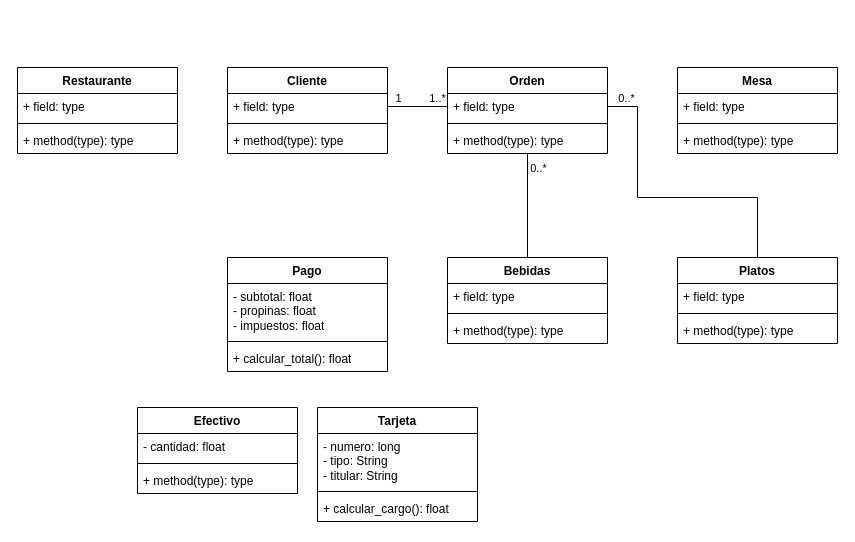
Before: Entrega 2/Untitled Diagram.drawio in nicochare/final_ingenieria_software, a draw.io diagram. Source tidied: cells renumbered, new cells numbered last; positions are measured from the earlier drawing's top-left corner, leaving out a move shared by most shapes. Both pictures are drawn from the tidied source at 100%, with x=0, y=0 at pixel (17, 67).
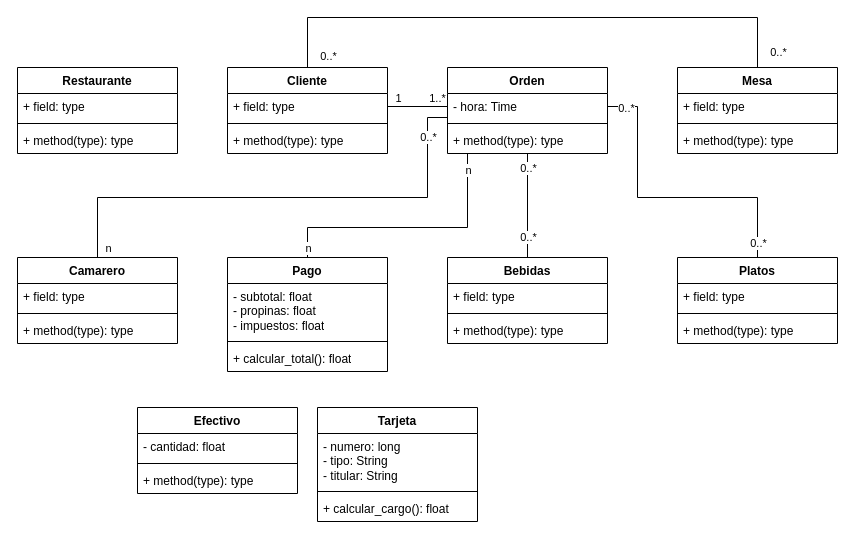
After the change.

Unchanged cells that the change refers to:
```xml
<mxCell id="6" value="Cliente" style="swimlane;fontStyle=1;align=center;verticalAlign=top;horizontal=1;startSize=26;whiteSpace=wrap;html=1;" parent="1" vertex="1">
  <mxGeometry x="210" width="160" height="86" as="geometry" />
</mxCell>
<mxCell id="10" value="Mesa" style="swimlane;fontStyle=1;align=center;verticalAlign=top;horizontal=1;startSize=26;whiteSpace=wrap;html=1;" parent="1" vertex="1">
  <mxGeometry x="660" width="160" height="86" as="geometry" />
</mxCell>
<mxCell id="14" style="edgeStyle=orthogonalEdgeStyle;rounded=0;jettySize=auto;html=1;entryX=0.5;entryY=0;entryDx=0;entryDy=0;endArrow=none;endFill=0;" parent="1" edge="1" source="16" target="20">
  <mxGeometry relative="1" as="geometry" />
</mxCell>
<mxCell id="16" value="Orden" style="swimlane;fontStyle=1;align=center;verticalAlign=top;horizontal=1;startSize=26;whiteSpace=wrap;html=1;" parent="1" vertex="1">
  <mxGeometry x="430" width="160" height="86" as="geometry" />
</mxCell>
<mxCell id="28" value="Pago" style="swimlane;fontStyle=1;align=center;verticalAlign=top;horizontal=1;startSize=26;whiteSpace=wrap;html=1;" parent="1" vertex="1">
  <mxGeometry x="210" y="190" width="160" height="114" as="geometry" />
</mxCell>
<mxCell id="43" style="edgeStyle=orthogonalEdgeStyle;rounded=0;jettySize=auto;html=1;entryX=0.5;entryY=0;entryDx=0;entryDy=0;endArrow=none;endFill=0;" parent="1" edge="1" source="17" target="24">
  <mxGeometry relative="1" as="geometry">
    <Array as="points">
      <mxPoint x="620" y="39" />
      <mxPoint x="620" y="130" />
      <mxPoint x="740" y="130" />
    </Array>
  </mxGeometry>
</mxCell>
```

Diff of the diagram source:
```diff
@@
+    <mxCell id="45" style="edgeStyle=orthogonalEdgeStyle;rounded=0;jettySize=auto;html=1;entryX=0.5;entryY=0;entryDx=0;entryDy=0;endArrow=none;endFill=0;" parent="1" edge="1" source="6" target="10">
+      <mxGeometry relative="1" as="geometry">
+        <Array as="points">
+          <mxPoint x="290" y="-50" />
+          <mxPoint x="740" y="-50" />
+        </Array>
+      </mxGeometry>
+    </mxCell>
+    <mxCell id="46" value="0..*" style="edgeLabel;html=1;align=center;verticalAlign=middle;" parent="45" vertex="1">
+      <mxGeometry x="-0.91" y="2" relative="1" as="geometry">
+        <mxPoint x="22" y="13" as="offset" />
+      </mxGeometry>
+    </mxCell>
+    <mxCell id="47" value="0..*" style="edgeLabel;html=1;align=center;verticalAlign=middle;" parent="45" vertex="1">
+      <mxGeometry x="0.94" y="2" relative="1" as="geometry">
+        <mxPoint x="18" as="offset" />
+      </mxGeometry>
+    </mxCell>
@@
     <mxCell id="15" value="0..*" style="edgeLabel;html=1;align=center;verticalAlign=middle;" parent="14" vertex="1">
       <mxGeometry x="-0.87" y="1" relative="1" as="geometry">
-        <mxPoint x="9" y="7" as="offset" />
+        <mxPoint x="-1" y="7" as="offset" />
       </mxGeometry>
     </mxCell>
+    <mxCell id="48" value="0..*" style="edgeLabel;html=1;align=center;verticalAlign=middle;" parent="14" vertex="1">
+      <mxGeometry x="0.47" relative="1" as="geometry">
+        <mxPoint y="7" as="offset" />
+      </mxGeometry>
+    </mxCell>
+    <mxCell id="49" style="edgeStyle=orthogonalEdgeStyle;rounded=0;jettySize=auto;html=1;entryX=0.5;entryY=0;entryDx=0;entryDy=0;endArrow=none;endFill=0;" parent="1" edge="1" source="16" target="56">
+      <mxGeometry relative="1" as="geometry">
+        <Array as="points">
+          <mxPoint x="410" y="50" />
+          <mxPoint x="410" y="130" />
+          <mxPoint x="80" y="130" />
+        </Array>
+      </mxGeometry>
+    </mxCell>
+    <mxCell id="50" value="n" style="edgeLabel;html=1;align=center;verticalAlign=middle;" parent="49" vertex="1">
+      <mxGeometry x="0.94" relative="1" as="geometry">
+        <mxPoint x="10" y="5" as="offset" />
+      </mxGeometry>
+    </mxCell>
+    <mxCell id="51" value="0..*" style="edgeLabel;html=1;align=center;verticalAlign=middle;" parent="49" vertex="1">
+      <mxGeometry x="-0.79" y="1" relative="1" as="geometry">
+        <mxPoint x="-1" y="-12" as="offset" />
+      </mxGeometry>
+    </mxCell>
@@
-    <mxCell id="17" value="+ field: type" style="text;strokeColor=none;fillColor=none;align=left;verticalAlign=top;spacingLeft=4;spacingRight=4;overflow=hidden;points=[[0,0.5],[1,0.5]];portConstraint=eastwest;whiteSpace=wrap;html=1;" parent="16" vertex="1">
+    <mxCell id="17" value="- hora: Time" style="text;strokeColor=none;fillColor=none;align=left;verticalAlign=top;spacingLeft=4;spacingRight=4;overflow=hidden;points=[[0,0.5],[1,0.5]];portConstraint=eastwest;whiteSpace=wrap;html=1;" parent="16" vertex="1">
       <mxGeometry y="26" width="160" height="26" as="geometry" />
     </mxCell>
@@
+    <mxCell id="52" style="edgeStyle=orthogonalEdgeStyle;rounded=0;jettySize=auto;html=1;endArrow=none;endFill=0;" parent="1" edge="1" source="28" target="16">
+      <mxGeometry relative="1" as="geometry">
+        <Array as="points">
+          <mxPoint x="290" y="160" />
+          <mxPoint x="450" y="160" />
+        </Array>
+      </mxGeometry>
+    </mxCell>
+    <mxCell id="53" value="n" style="edgeLabel;html=1;align=center;verticalAlign=middle;" parent="52" vertex="1">
+      <mxGeometry x="-0.64" y="2" relative="1" as="geometry">
+        <mxPoint x="-18" y="22" as="offset" />
+      </mxGeometry>
+    </mxCell>
+    <mxCell id="54" value="n" style="edgeLabel;html=1;align=center;verticalAlign=middle;" parent="52" vertex="1">
+      <mxGeometry x="0.88" y="-4" relative="1" as="geometry">
+        <mxPoint x="-4" as="offset" />
+      </mxGeometry>
+    </mxCell>
@@
     <mxCell id="44" value="0..*" style="edgeLabel;html=1;align=center;verticalAlign=middle;" parent="43" vertex="1">
       <mxGeometry x="-0.88" relative="1" as="geometry">
-        <mxPoint y="-9" as="offset" />
+        <mxPoint y="1" as="offset" />
       </mxGeometry>
     </mxCell>
+    <mxCell id="55" value="0..*" style="edgeLabel;html=1;align=center;verticalAlign=middle;" parent="43" vertex="1">
+      <mxGeometry x="0.9" relative="1" as="geometry" />
+    </mxCell>
+    <mxCell id="56" value="Camarero" style="swimlane;fontStyle=1;align=center;verticalAlign=top;horizontal=1;startSize=26;whiteSpace=wrap;html=1;" parent="1" vertex="1">
+      <mxGeometry y="190" width="160" height="86" as="geometry" />
+    </mxCell>
+    <mxCell id="57" value="+ field: type" style="text;strokeColor=none;fillColor=none;align=left;verticalAlign=top;spacingLeft=4;spacingRight=4;overflow=hidden;whiteSpace=wrap;html=1;" parent="56" vertex="1">
+      <mxGeometry y="26" width="160" height="26" as="geometry" />
+    </mxCell>
+    <mxCell id="58" style="line;strokeWidth=1;fillColor=none;align=left;verticalAlign=middle;spacingTop=-1;spacingLeft=3;spacingRight=3;labelPosition=right;strokeColor=inherit;" parent="56" vertex="1">
+      <mxGeometry y="52" width="160" height="8" as="geometry" />
+    </mxCell>
+    <mxCell id="59" value="+ method(type): type" style="text;strokeColor=none;fillColor=none;align=left;verticalAlign=top;spacingLeft=4;spacingRight=4;overflow=hidden;whiteSpace=wrap;html=1;" parent="56" vertex="1">
+      <mxGeometry y="60" width="160" height="26" as="geometry" />
+    </mxCell>
```
